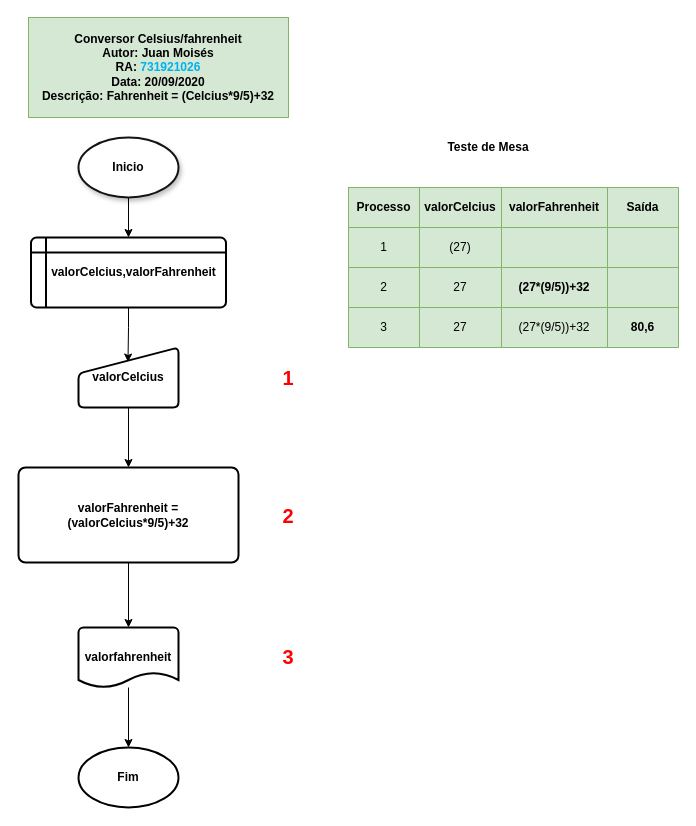
The draw.io diagram 7CalculadoraFarenheit.drawio in juanmoises/FATEC-ELETRONICA-731921026-juan-LTP, before the edit. Source tidied: cells renumbered, new cells numbered last; positions are measured from the earlier drawing's top-left corner, leaving out a move shared by most shapes. Both pictures are drawn from the tidied source at 100%, with x=0, y=0 at pixel (18, 17).
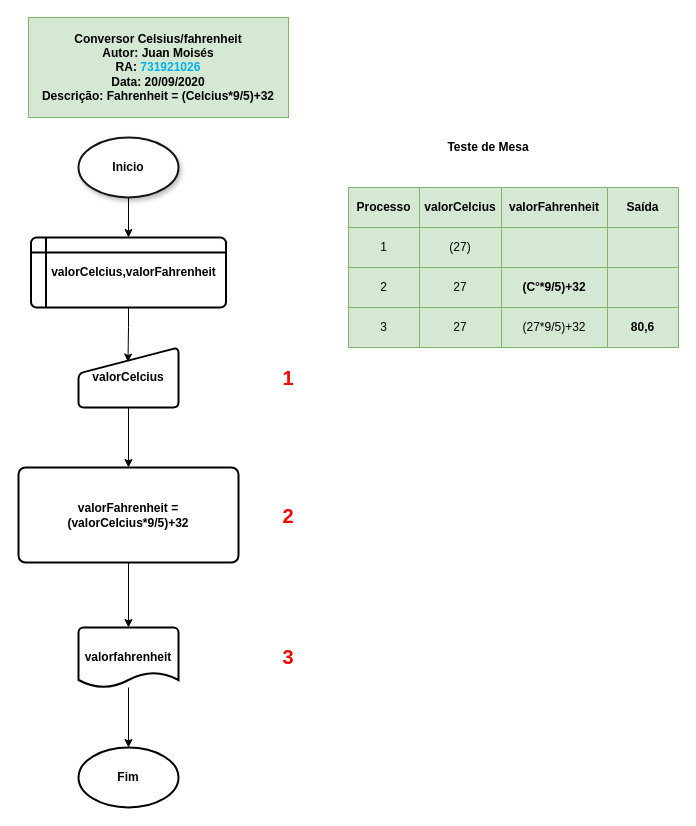
The same page after the edit.

Unchanged cells that the change refers to:
```xml
<mxCell id="23" style="shape=partialRectangle;html=1;whiteSpace=wrap;fillColor=none;top=0;left=0;bottom=0;right=0;" parent="12" vertex="1">
  <mxGeometry y="80" width="330" height="40" as="geometry" />
</mxCell>
<mxCell id="28" style="shape=partialRectangle;html=1;whiteSpace=wrap;fillColor=none;top=0;left=0;bottom=0;right=0;" parent="12" vertex="1">
  <mxGeometry y="120" width="330" height="40" as="geometry" />
</mxCell>
```

Change to the diagram source:
```diff
@@
-    <mxCell id="26" value="&lt;b&gt;(27*(9/5))+32&lt;/b&gt;" style="shape=partialRectangle;html=1;whiteSpace=wrap;overflow=hidden;fillColor=none;top=0;left=0;bottom=0;right=0;" parent="23" vertex="1">
+    <mxCell id="26" value="&lt;b&gt;(C°*9/5)+32&lt;/b&gt;" style="shape=partialRectangle;html=1;whiteSpace=wrap;overflow=hidden;fillColor=none;top=0;left=0;bottom=0;right=0;" parent="23" vertex="1">
       <mxGeometry x="153" width="106" height="40" as="geometry" />
     </mxCell>
@@
-    <mxCell id="31" value="(27*(9/5))+32" style="shape=partialRectangle;html=1;whiteSpace=wrap;overflow=hidden;fillColor=none;top=0;left=0;bottom=0;right=0;" parent="28" vertex="1">
+    <mxCell id="31" value="(27*9/5)+32" style="shape=partialRectangle;html=1;whiteSpace=wrap;overflow=hidden;fillColor=none;top=0;left=0;bottom=0;right=0;" parent="28" vertex="1">
       <mxGeometry x="153" width="106" height="40" as="geometry" />
     </mxCell>
```
